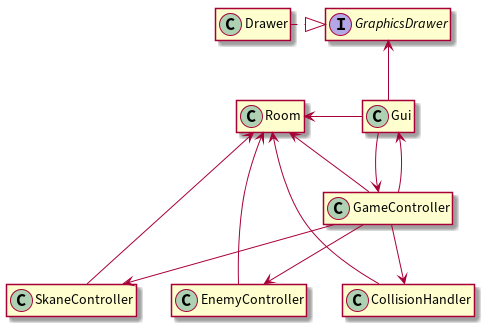
The PlantUML diagram docs/uml/mvc.png in JoaoCostaIFG/LPOO, before a commit.
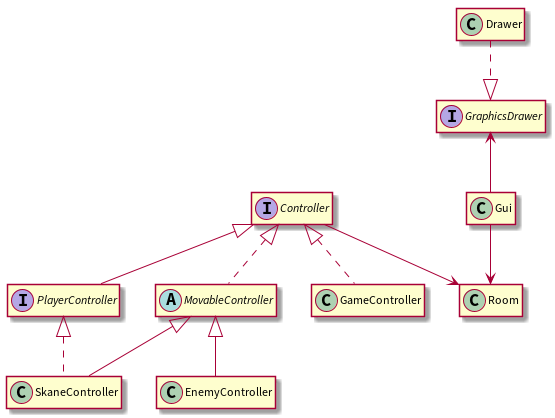
The same diagram one commit later.

What changed in the source:
```diff
@@ -1,8 +1,5 @@
 @startuml
 
-skinparam defaultFontSize 17
-skinparam classFontSize 14
-skinparam classAttributeFontSize 14
 hide empty members
 
 class Room {}
@@ -11,26 +8,25 @@
 class Drawer {}
 class Gui {}
 
-class CollisionHandler {}
+interface Controller {}
+interface PlayerController {}
+abstract class MovableController {}
+class GameController {}
 class EnemyController {}
-class GameController {}
 class SkaneController {}
 
-GraphicsDrawer <-up- Gui
-GraphicsDrawer ^.left. Drawer
+PlayerController -up-^ Controller
+GameController .up.^ Controller
+MovableController .up.^ Controller
 
-GameController --> CollisionHandler
-GameController --> EnemyController
-GameController --> SkaneController
+EnemyController -up-^ MovableController
+SkaneController -up-^ MovableController
+SkaneController .up.^ PlayerController
 
-GameController <-down- Gui
-GameController -down-> Gui
+Gui -up-> GraphicsDrawer
+Drawer ..^ GraphicsDrawer
 
-Room <-left- Gui
-Room <-- GameController
-
-Room <-- CollisionHandler
-Room <-- EnemyController
-Room <-- SkaneController
+Controller --> Room
+Gui --> Room
 
 @enduml
```
